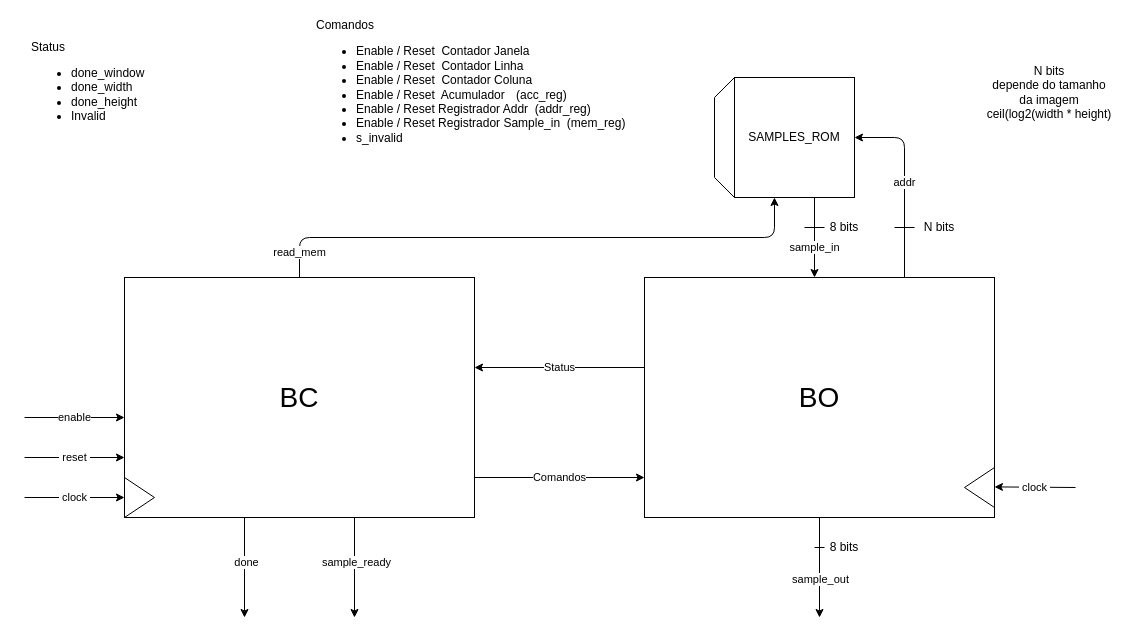
The draw.io diagram diagrams/bo-bc.drawio in matheushpmoreira/convolution_module, before the edit. Source tidied: cells renumbered, new cells numbered last; positions are measured from the earlier drawing's top-left corner, leaving out a move shared by most shapes. Both pictures are drawn from the tidied source at 100%, with x=0, y=0 at pixel (24, 17).
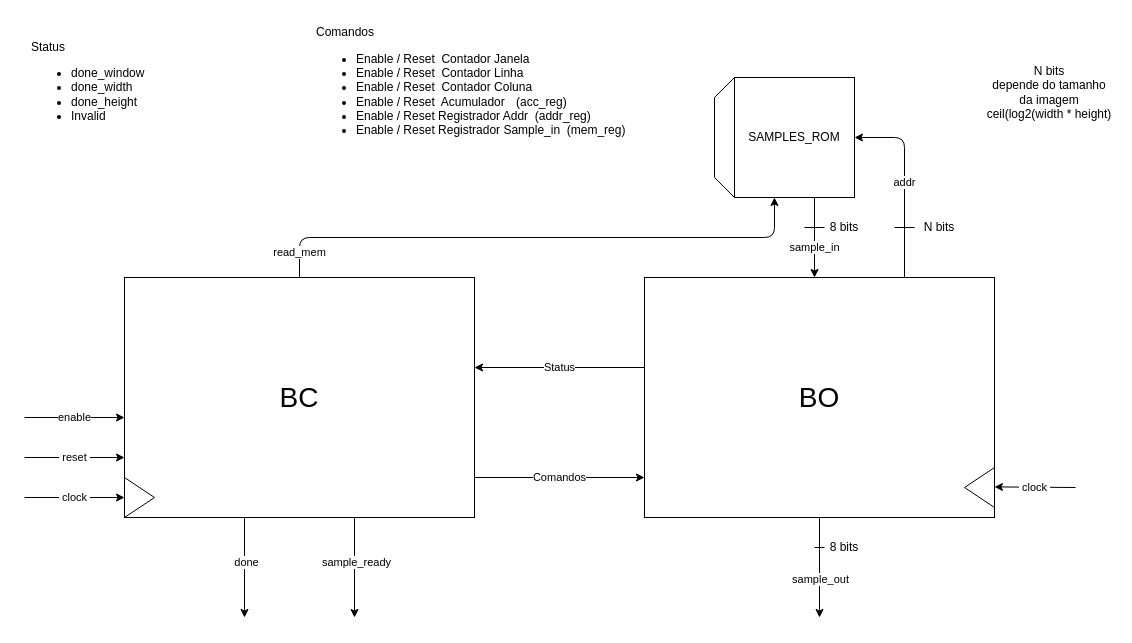
The same diagram, later.

Diff of the diagram source:
```diff
@@
-    <mxCell id="30" value="Comandos&lt;div&gt;&lt;ul&gt;&lt;li&gt;Enable / Reset&amp;nbsp; Contador Janela&lt;/li&gt;&lt;li&gt;Enable / Reset&amp;nbsp; Contador Linha&lt;/li&gt;&lt;li&gt;Enable / Reset&amp;nbsp; Contador Coluna&lt;/li&gt;&lt;li&gt;Enable / Reset&amp;nbsp; Acumulador&lt;span style=&quot;white-space: pre;&quot;&gt;&#9;&lt;/span&gt;(acc_reg)&lt;/li&gt;&lt;li&gt;Enable / Reset Registrador Addr&amp;nbsp; (addr_reg)&lt;/li&gt;&lt;li&gt;Enable / Reset Registrador Sample_in&amp;nbsp; (mem_reg)&lt;/li&gt;&lt;li&gt;s_invalid&lt;/li&gt;&lt;/ul&gt;&lt;/div&gt;" style="text;html=1;align=left;verticalAlign=middle;whiteSpace=wrap;rounded=0;" parent="1" vertex="1">
+    <mxCell id="30" value="Comandos&lt;div&gt;&lt;ul&gt;&lt;li&gt;Enable / Reset&amp;nbsp; Contador Janela&lt;/li&gt;&lt;li&gt;Enable / Reset&amp;nbsp; Contador Linha&lt;/li&gt;&lt;li&gt;Enable / Reset&amp;nbsp; Contador Coluna&lt;/li&gt;&lt;li&gt;Enable / Reset&amp;nbsp; Acumulador&lt;span style=&quot;white-space: pre;&quot;&gt;&#9;&lt;/span&gt;(acc_reg)&lt;/li&gt;&lt;li&gt;Enable / Reset Registrador Addr&amp;nbsp; (addr_reg)&lt;/li&gt;&lt;li&gt;Enable / Reset Registrador Sample_in&amp;nbsp; (mem_reg)&lt;/li&gt;&lt;/ul&gt;&lt;/div&gt;" style="text;html=1;align=left;verticalAlign=middle;whiteSpace=wrap;rounded=0;" parent="1" vertex="1">
       <mxGeometry x="290" width="340" height="140" as="geometry" />
     </mxCell>
```
